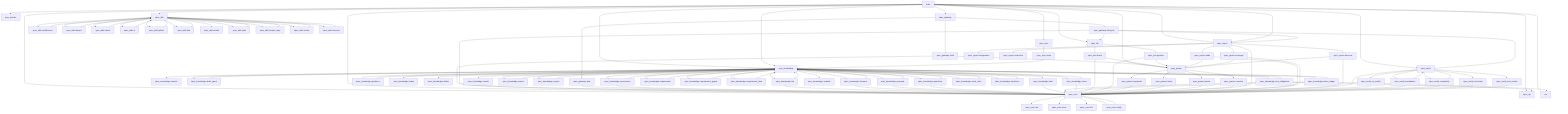
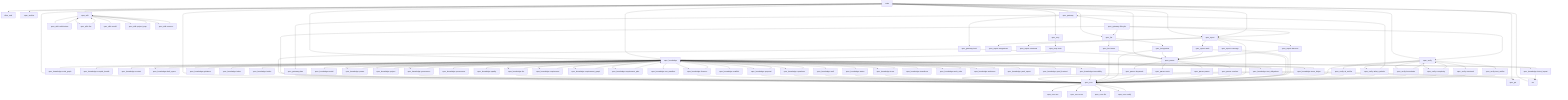
graph TD
+   atlas_eval["atlas_eval"]
  main["main"]
  spec_archive["spec_archive"]
  spec_core["spec_core"]
  spec_core__ast["spec_core::ast"]
  spec_core__error["spec_core::error"]
  spec_core__lint["spec_core::lint"]
  spec_core__verify["spec_core::verify"]
  spec_gateway["spec_gateway"]
  spec_gateway__brief["spec_gateway::brief"]
  spec_gateway__lifecycle["spec_gateway::lifecycle"]
  spec_gateway__plan["spec_gateway::plan"]
  spec_knowledge["spec_knowledge"]
+   spec_knowledge__code_graph["spec_knowledge::code_graph"]
+   spec_knowledge__compile_bundle["spec_knowledge::compile_bundle"]
  spec_knowledge__context["spec_knowledge::context"]
  spec_knowledge__draft_specs["spec_knowledge::draft_specs"]
  spec_knowledge__governance["spec_knowledge::governance"]
  spec_knowledge__guidance["spec_knowledge::guidance"]
  spec_knowledge__index["spec_knowledge::index"]
  spec_knowledge__intake["spec_knowledge::intake"]
+   spec_knowledge__intent_impact["spec_knowledge::intent_impact"]
  spec_knowledge__lint["spec_knowledge::lint"]
  spec_knowledge__liveness["spec_knowledge::liveness"]
  spec_knowledge__model["spec_knowledge::model"]
  spec_knowledge__parser["spec_knowledge::parser"]
  spec_knowledge__project["spec_knowledge::project"]
  spec_knowledge__proposal["spec_knowledge::proposal"]
+   spec_knowledge__provenance["spec_knowledge::provenance"]
+   spec_knowledge__quality["spec_knowledge::quality"]
  spec_knowledge__questions["spec_knowledge::questions"]
  spec_knowledge__requirement["spec_knowledge::requirement"]
  spec_knowledge__requirement_graph["spec_knowledge::requirement_graph"]
  spec_knowledge__requirement_plan["spec_knowledge::requirement_plan"]
+   spec_knowledge__run_manifest["spec_knowledge::run_manifest"]
  spec_knowledge__sarif["spec_knowledge::sarif"]
  spec_knowledge__scaffold["spec_knowledge::scaffold"]
+   spec_knowledge__status["spec_knowledge::status"]
  spec_knowledge__test_obligations["spec_knowledge::test_obligations"]
  spec_knowledge__trace["spec_knowledge::trace"]
  spec_knowledge__trace_ledger["spec_knowledge::trace_ledger"]
+   spec_knowledge__traceability["spec_knowledge::traceability"]
+   spec_knowledge__transitions["spec_knowledge::transitions"]
  spec_knowledge__work_units["spec_knowledge::work_units"]
  spec_knowledge__worktrees["spec_knowledge::worktrees"]
+   spec_knowledge__yaml_export["spec_knowledge::yaml_export"]
+   spec_knowledge__yaml_frontend["spec_knowledge::yaml_frontend"]
  spec_lint["spec_lint"]
  spec_lint__linters["spec_lint::linters"]
  spec_lint__pipeline["spec_lint::pipeline"]
  spec_mcp["spec_mcp"]
  spec_mcp__tools["spec_mcp::tools"]
  spec_parser["spec_parser"]
  spec_parser__keywords["spec_parser::keywords"]
  spec_parser__meta["spec_parser::meta"]
  spec_parser__parser["spec_parser::parser"]
  spec_parser__resolver["spec_parser::resolver"]
  spec_qa["spec_qa"]
  spec_report["spec_report"]
  spec_report__audit["spec_report::audit"]
  spec_report__coverage["spec_report::coverage"]
  spec_report__discover["spec_report::discover"]
  spec_report__integrations["spec_report::integrations"]
  spec_report__structural["spec_report::structural"]
  spec_verify["spec_verify"]
  spec_verify__ai_verifier["spec_verify::ai_verifier"]
+   spec_verify__atlas_symbols["spec_verify::atlas_symbols"]
  spec_verify__boundaries["spec_verify::boundaries"]
  spec_verify__complexity["spec_verify::complexity"]
  spec_verify__structural["spec_verify::structural"]
  spec_verify__test_verifier["spec_verify::test_verifier"]
  spec_wiki["spec_wiki"]
  spec_wiki__architecture["spec_wiki::architecture"]
-   spec_wiki__assets["spec_wiki::assets"]
-   spec_wiki__check["spec_wiki::check"]
-   spec_wiki__ci["spec_wiki::ci"]
-   spec_wiki__github["spec_wiki::github"]
  spec_wiki__live["spec_wiki::live"]
  spec_wiki__model["spec_wiki::model"]
-   spec_wiki__plan["spec_wiki::plan"]
  spec_wiki__project_map["spec_wiki::project_map"]
-   spec_wiki__render["spec_wiki::render"]
  spec_wiki__sources["spec_wiki::sources"]
  vcs["vcs"]
+   main --> atlas_eval
  main --> spec_archive
  main --> spec_core
  main --> spec_core
  main --> spec_gateway
  main --> spec_knowledge
  main --> spec_knowledge
  main --> spec_lint
  main --> spec_mcp
  main --> spec_parser
  main --> spec_qa
  main --> spec_report
  main --> spec_report
  main --> spec_verify
  main --> spec_wiki
  main --> vcs
  spec_core --> spec_core__ast
  spec_core --> spec_core__error
  spec_core --> spec_core__lint
  spec_core --> spec_core__verify
  spec_core__verify --> spec_core
  spec_gateway --> spec_gateway__brief
  spec_gateway --> spec_gateway__lifecycle
  spec_gateway --> spec_gateway__plan
  spec_gateway__brief --> spec_core
  spec_gateway__brief --> spec_parser
  spec_gateway__lifecycle --> spec_core
  spec_gateway__lifecycle --> spec_lint
  spec_gateway__lifecycle --> spec_report
  spec_gateway__lifecycle --> spec_verify
  spec_gateway__plan --> spec_core
+   spec_knowledge --> spec_knowledge__code_graph
+   spec_knowledge --> spec_knowledge__compile_bundle
  spec_knowledge --> spec_knowledge__context
  spec_knowledge --> spec_knowledge__draft_specs
  spec_knowledge --> spec_knowledge__governance
  spec_knowledge --> spec_knowledge__guidance
  spec_knowledge --> spec_knowledge__index
  spec_knowledge --> spec_knowledge__intake
+   spec_knowledge --> spec_knowledge__intent_impact
  spec_knowledge --> spec_knowledge__lint
  spec_knowledge --> spec_knowledge__liveness
  spec_knowledge --> spec_knowledge__model
  spec_knowledge --> spec_knowledge__parser
  spec_knowledge --> spec_knowledge__project
  spec_knowledge --> spec_knowledge__proposal
+   spec_knowledge --> spec_knowledge__provenance
+   spec_knowledge --> spec_knowledge__quality
  spec_knowledge --> spec_knowledge__questions
  spec_knowledge --> spec_knowledge__requirement
  spec_knowledge --> spec_knowledge__requirement_graph
  spec_knowledge --> spec_knowledge__requirement_plan
+   spec_knowledge --> spec_knowledge__run_manifest
  spec_knowledge --> spec_knowledge__sarif
  spec_knowledge --> spec_knowledge__scaffold
+   spec_knowledge --> spec_knowledge__status
  spec_knowledge --> spec_knowledge__test_obligations
  spec_knowledge --> spec_knowledge__trace
  spec_knowledge --> spec_knowledge__trace_ledger
+   spec_knowledge --> spec_knowledge__traceability
+   spec_knowledge --> spec_knowledge__transitions
  spec_knowledge --> spec_knowledge__work_units
  spec_knowledge --> spec_knowledge__worktrees
+   spec_knowledge --> spec_knowledge__yaml_export
+   spec_knowledge --> spec_knowledge__yaml_frontend
  spec_knowledge__draft_specs --> spec_knowledge
  spec_knowledge__governance --> spec_core
  spec_knowledge__governance --> spec_knowledge
  spec_knowledge__guidance --> spec_knowledge
+   spec_knowledge__intent_impact --> spec_knowledge
+   spec_knowledge__intent_impact --> vcs
  spec_knowledge__lint --> spec_core
  spec_knowledge__lint --> spec_knowledge
  spec_knowledge__liveness --> spec_core
  spec_knowledge__liveness --> spec_knowledge
  spec_knowledge__parser --> spec_knowledge
  spec_knowledge__project --> spec_knowledge
  spec_knowledge__proposal --> spec_core
  spec_knowledge__proposal --> spec_knowledge
  spec_knowledge__questions --> spec_core
  spec_knowledge__questions --> spec_knowledge
  spec_knowledge__requirement --> spec_knowledge
  spec_knowledge__requirement_graph --> spec_knowledge
  spec_knowledge__requirement_plan --> spec_knowledge
  spec_knowledge__sarif --> spec_core
+   spec_knowledge__status --> spec_core
  spec_knowledge__test_obligations --> spec_core
  spec_knowledge__test_obligations --> spec_knowledge
  spec_knowledge__test_obligations --> spec_qa
  spec_knowledge__trace --> spec_core
  spec_knowledge__trace --> spec_knowledge
  spec_knowledge__trace_ledger --> spec_core
  spec_knowledge__trace_ledger --> spec_knowledge
  spec_knowledge__trace_ledger --> vcs
+   spec_knowledge__traceability --> spec_core
+   spec_knowledge__traceability --> spec_knowledge
  spec_knowledge__work_units --> spec_knowledge
  spec_knowledge__worktrees --> spec_knowledge
  spec_lint --> spec_lint__linters
  spec_lint --> spec_lint__pipeline
  spec_lint__linters --> spec_core
  spec_lint__linters --> spec_parser
  spec_lint__pipeline --> spec_core
  spec_lint__pipeline --> spec_parser
  spec_mcp --> spec_mcp__tools
  spec_mcp__tools --> spec_knowledge
  spec_parser --> spec_parser__keywords
  spec_parser --> spec_parser__meta
  spec_parser --> spec_parser__parser
  spec_parser --> spec_parser__resolver
  spec_parser__keywords --> spec_core
  spec_parser__meta --> spec_core
  spec_parser__parser --> spec_core
  spec_parser__resolver --> spec_core
  spec_report --> spec_core
  spec_report --> spec_report__audit
  spec_report --> spec_report__coverage
  spec_report --> spec_report__discover
  spec_report --> spec_report__integrations
  spec_report --> spec_report__structural
  spec_report__audit --> spec_core
  spec_report__audit --> spec_parser
  spec_report__coverage --> spec_core
  spec_report__coverage --> spec_parser
  spec_report__discover --> spec_core
  spec_report__discover --> spec_parser
  spec_verify --> spec_core
  spec_verify --> spec_verify__ai_verifier
+   spec_verify --> spec_verify__atlas_symbols
  spec_verify --> spec_verify__boundaries
  spec_verify --> spec_verify__complexity
  spec_verify --> spec_verify__structural
  spec_verify --> spec_verify__test_verifier
  spec_verify__ai_verifier --> spec_core
+   spec_verify__atlas_symbols --> spec_core
+   spec_verify__atlas_symbols --> spec_gateway
  spec_verify__boundaries --> spec_core
  spec_verify__boundaries --> spec_verify
  spec_verify__complexity --> spec_core
  spec_verify__complexity --> spec_verify
  spec_verify__structural --> spec_core
  spec_verify__test_verifier --> spec_core
  spec_wiki --> spec_wiki__architecture
-   spec_wiki --> spec_wiki__assets
-   spec_wiki --> spec_wiki__check
-   spec_wiki --> spec_wiki__ci
-   spec_wiki --> spec_wiki__github
  spec_wiki --> spec_wiki__live
  spec_wiki --> spec_wiki__model
-   spec_wiki --> spec_wiki__plan
  spec_wiki --> spec_wiki__project_map
-   spec_wiki --> spec_wiki__render
  spec_wiki --> spec_wiki__sources
  spec_wiki__architecture --> spec_wiki
-   spec_wiki__assets --> spec_wiki
-   spec_wiki__check --> spec_wiki
-   spec_wiki__ci --> spec_wiki
-   spec_wiki__github --> spec_wiki
  spec_wiki__live --> spec_wiki
-   spec_wiki__plan --> spec_wiki
  spec_wiki__project_map --> spec_wiki
-   spec_wiki__render --> spec_wiki
  spec_wiki__sources --> spec_wiki
